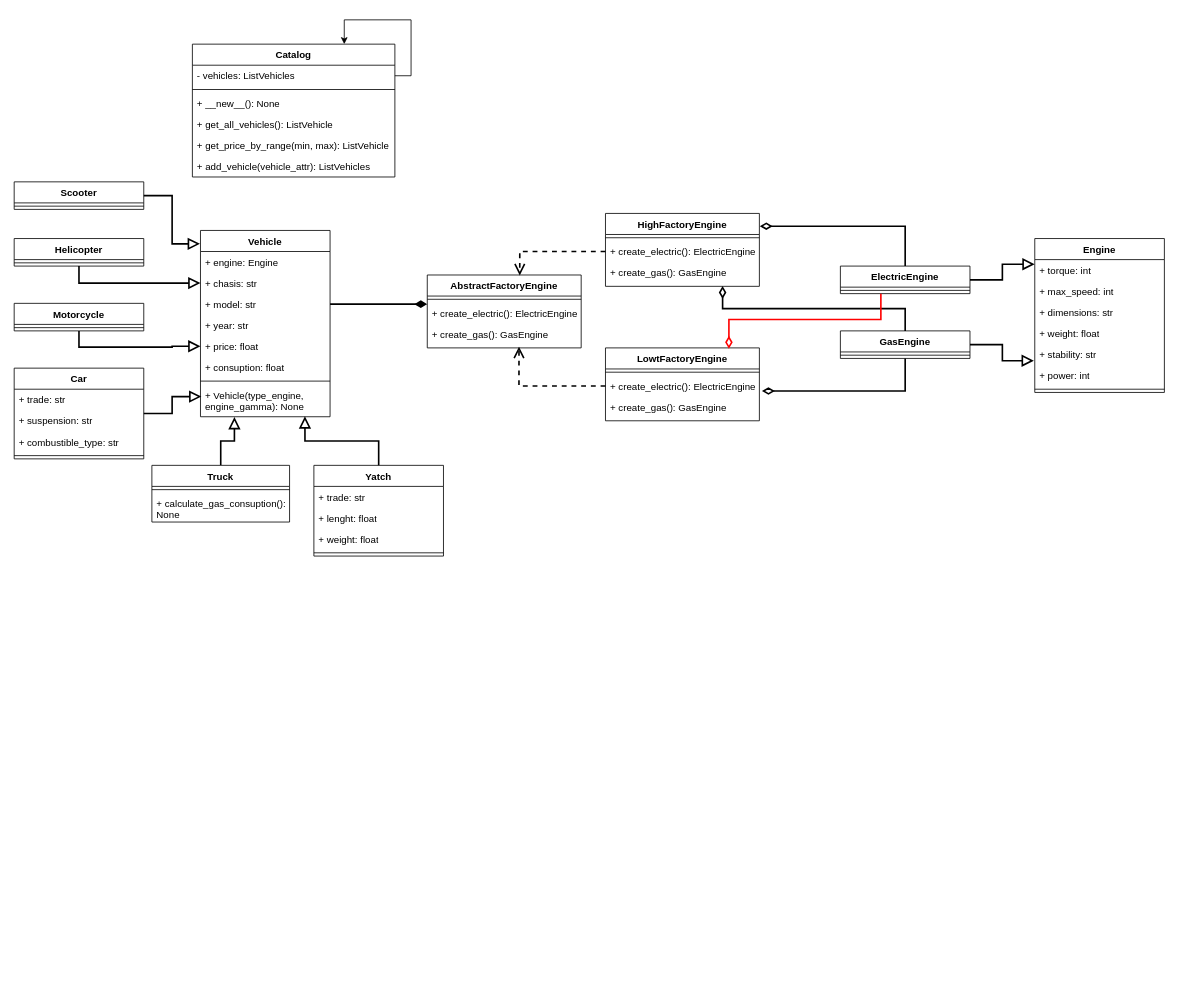
The draw.io diagram Software Design/Workshops/Workshop 3/SD_Workshop_3.drawio in YoshiK13/UD_Classes, before the edit. Source tidied: cells renumbered, new cells numbered last; positions are measured from the earlier drawing's top-left corner, leaving out a move shared by most shapes. Both pictures are drawn from the tidied source at 81%, with x=0, y=0 at pixel (14, 19).
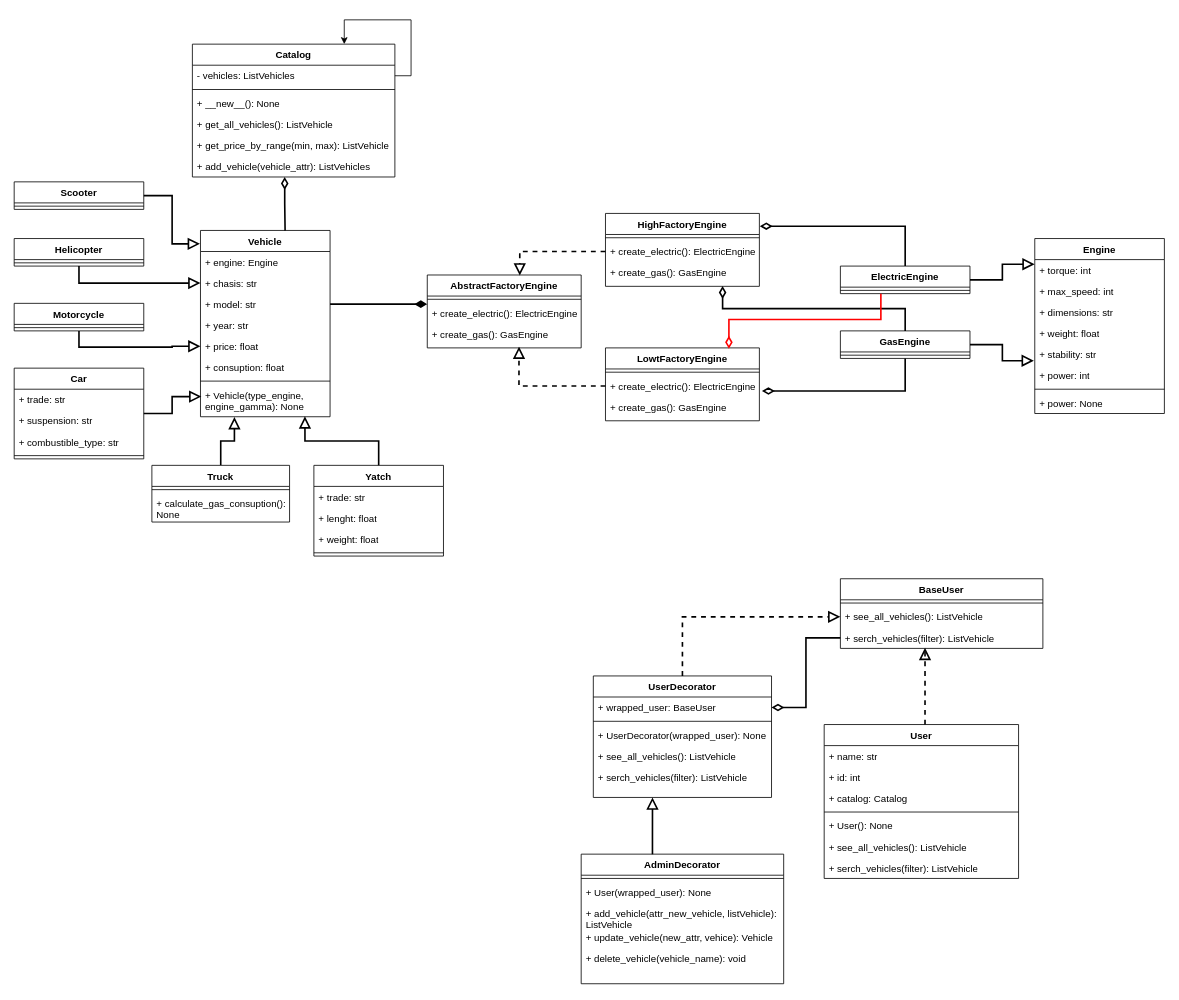
After the change.

The change refers to these unchanged cells:
```xml
<mxCell id="2" value="Vehicle" style="swimlane;fontStyle=1;align=center;verticalAlign=top;horizontal=1;startSize=26;whiteSpace=wrap;html=1;" parent="1" vertex="1">
  <mxGeometry x="230" y="260" width="160" height="230" as="geometry" />
</mxCell>
<mxCell id="48" value="AbstractFactoryEngine" style="swimlane;fontStyle=1;align=center;verticalAlign=top;horizontal=1;startSize=26;whiteSpace=wrap;html=1;" parent="1" vertex="1">
  <mxGeometry x="510" y="315" width="190" height="90" as="geometry" />
</mxCell>
<mxCell id="51" value="+ create_gas(): GasEngine" style="text;strokeColor=none;fillColor=none;align=left;verticalAlign=top;spacingLeft=4;spacingRight=4;overflow=hidden;points=[[0,0.5],[1,0.5]];portConstraint=eastwest;whiteSpace=wrap;html=1;" parent="48" vertex="1">
  <mxGeometry y="60" width="190" height="30" as="geometry" />
</mxCell>
<mxCell id="54" value="+ create_electric(): ElectricEngine" style="text;strokeColor=none;fillColor=none;align=left;verticalAlign=top;spacingLeft=4;spacingRight=4;overflow=hidden;points=[[0,0.5],[1,0.5]];portConstraint=eastwest;whiteSpace=wrap;html=1;" parent="52" vertex="1">
  <mxGeometry y="34" width="190" height="26" as="geometry" />
</mxCell>
<mxCell id="58" value="+ create_electric(): ElectricEngine" style="text;strokeColor=none;fillColor=none;align=left;verticalAlign=top;spacingLeft=4;spacingRight=4;overflow=hidden;points=[[0,0.5],[1,0.5]];portConstraint=eastwest;whiteSpace=wrap;html=1;" parent="56" vertex="1">
  <mxGeometry y="34" width="190" height="26" as="geometry" />
</mxCell>
<mxCell id="69" value="Catalog" style="swimlane;fontStyle=1;align=center;verticalAlign=top;horizontal=1;startSize=26;whiteSpace=wrap;html=1;" parent="1" vertex="1">
  <mxGeometry x="220" y="30" width="250" height="164" as="geometry" />
</mxCell>
```

What changed in the source:
```diff
@@
     <mxCell id="11" value="Engine" style="swimlane;fontStyle=1;align=center;verticalAlign=top;horizontal=1;startSize=26;whiteSpace=wrap;html=1;" parent="1" vertex="1">
-      <mxGeometry x="1260" y="270" width="160" height="190" as="geometry" />
+      <mxGeometry x="1260" y="270" width="160" height="216" as="geometry" />
     </mxCell>
@@
+    <mxCell id="77" value="+ power: None" style="text;strokeColor=none;fillColor=none;align=left;verticalAlign=top;spacingLeft=4;spacingRight=4;overflow=hidden;whiteSpace=wrap;html=1;" parent="11" vertex="1">
+      <mxGeometry y="190" width="160" height="26" as="geometry" />
+    </mxCell>
@@
-    <mxCell id="61" style="edgeStyle=orthogonalEdgeStyle;rounded=0;jettySize=auto;html=1;entryX=0.596;entryY=0.948;entryDx=0;entryDy=0;entryPerimeter=0;strokeWidth=2;endSize=10;endArrow=open;endFill=0;startArrow=none;startFill=0;dashed=1;startSize=10;" parent="1" edge="1" source="58" target="51">
+    <mxCell id="61" style="edgeStyle=orthogonalEdgeStyle;rounded=0;jettySize=auto;html=1;entryX=0.596;entryY=0.948;entryDx=0;entryDy=0;entryPerimeter=0;strokeWidth=2;endSize=10;endArrow=block;endFill=0;startArrow=none;startFill=0;dashed=1;startSize=10;" parent="1" edge="1" source="58" target="51">
       <mxGeometry relative="1" as="geometry">
         <Array as="points">
           <mxPoint x="623" y="452" />
         </Array>
       </mxGeometry>
     </mxCell>
-    <mxCell id="62" style="edgeStyle=orthogonalEdgeStyle;rounded=0;jettySize=auto;html=1;entryX=0.601;entryY=0.007;entryDx=0;entryDy=0;entryPerimeter=0;strokeWidth=2;endSize=10;endArrow=open;endFill=0;startArrow=none;startFill=0;dashed=1;startSize=10;" parent="1" edge="1" source="54" target="48">
+    <mxCell id="62" style="edgeStyle=orthogonalEdgeStyle;rounded=0;jettySize=auto;html=1;entryX=0.601;entryY=0.007;entryDx=0;entryDy=0;entryPerimeter=0;strokeWidth=2;endSize=10;endArrow=block;endFill=0;startArrow=none;startFill=0;dashed=1;startSize=10;" parent="1" edge="1" source="54" target="48">
       <mxGeometry relative="1" as="geometry" />
     </mxCell>
@@
+    <mxCell id="78" value="User" style="swimlane;fontStyle=1;align=center;verticalAlign=top;horizontal=1;startSize=26;whiteSpace=wrap;html=1;" parent="1" vertex="1">
+      <mxGeometry x="1000" y="870" width="240" height="190" as="geometry" />
+    </mxCell>
+    <mxCell id="79" value="+ name: str" style="text;strokeColor=none;fillColor=none;align=left;verticalAlign=top;spacingLeft=4;spacingRight=4;overflow=hidden;whiteSpace=wrap;html=1;" parent="78" vertex="1">
+      <mxGeometry y="26" width="240" height="26" as="geometry" />
+    </mxCell>
+    <mxCell id="80" value="+ id: int" style="text;strokeColor=none;fillColor=none;align=left;verticalAlign=top;spacingLeft=4;spacingRight=4;overflow=hidden;whiteSpace=wrap;html=1;" parent="78" vertex="1">
+      <mxGeometry y="52" width="240" height="26" as="geometry" />
+    </mxCell>
+    <mxCell id="81" value="+ catalog: Catalog" style="text;strokeColor=none;fillColor=none;align=left;verticalAlign=top;spacingLeft=4;spacingRight=4;overflow=hidden;whiteSpace=wrap;html=1;" parent="78" vertex="1">
+      <mxGeometry y="78" width="240" height="26" as="geometry" />
+    </mxCell>
+    <mxCell id="82" style="line;strokeWidth=1;fillColor=none;align=left;verticalAlign=middle;spacingTop=-1;spacingLeft=3;spacingRight=3;labelPosition=right;strokeColor=inherit;" parent="78" vertex="1">
+      <mxGeometry y="104" width="240" height="8" as="geometry" />
+    </mxCell>
+    <mxCell id="83" value="+ User(): None" style="text;strokeColor=none;fillColor=none;align=left;verticalAlign=top;spacingLeft=4;spacingRight=4;overflow=hidden;whiteSpace=wrap;html=1;" parent="78" vertex="1">
+      <mxGeometry y="112" width="240" height="26" as="geometry" />
+    </mxCell>
+    <mxCell id="84" value="+ see_all_vehicles(): ListVehicle" style="text;strokeColor=none;fillColor=none;align=left;verticalAlign=top;spacingLeft=4;spacingRight=4;overflow=hidden;whiteSpace=wrap;html=1;" parent="78" vertex="1">
+      <mxGeometry y="138" width="240" height="26" as="geometry" />
+    </mxCell>
+    <mxCell id="85" value="+ serch_vehicles(filter): ListVehicle" style="text;strokeColor=none;fillColor=none;align=left;verticalAlign=top;spacingLeft=4;spacingRight=4;overflow=hidden;whiteSpace=wrap;html=1;" parent="78" vertex="1">
+      <mxGeometry y="164" width="240" height="26" as="geometry" />
+    </mxCell>
+    <mxCell id="86" style="edgeStyle=orthogonalEdgeStyle;rounded=0;jettySize=auto;html=1;entryX=0;entryY=0.5;entryDx=0;entryDy=0;strokeWidth=2;endSize=10;startSize=10;dashed=1;endArrow=block;endFill=0;" parent="1" edge="1" source="87" target="101">
+      <mxGeometry relative="1" as="geometry" />
+    </mxCell>
+    <mxCell id="87" value="UserDecorator" style="swimlane;fontStyle=1;align=center;verticalAlign=top;horizontal=1;startSize=26;whiteSpace=wrap;html=1;" parent="1" vertex="1">
+      <mxGeometry x="715" y="810" width="220" height="150" as="geometry" />
+    </mxCell>
+    <mxCell id="88" value="+ wrapped_user: BaseUser" style="text;strokeColor=none;fillColor=none;align=left;verticalAlign=top;spacingLeft=4;spacingRight=4;overflow=hidden;points=[[0,0.5],[1,0.5]];portConstraint=eastwest;whiteSpace=wrap;html=1;" parent="87" vertex="1">
+      <mxGeometry y="26" width="220" height="26" as="geometry" />
+    </mxCell>
+    <mxCell id="89" style="line;strokeWidth=1;fillColor=none;align=left;verticalAlign=middle;spacingTop=-1;spacingLeft=3;spacingRight=3;labelPosition=right;strokeColor=inherit;" parent="87" vertex="1">
+      <mxGeometry y="52" width="220" height="8" as="geometry" />
+    </mxCell>
+    <mxCell id="90" value="+ UserDecorator(wrapped_user): None" style="text;strokeColor=none;fillColor=none;align=left;verticalAlign=top;spacingLeft=4;spacingRight=4;overflow=hidden;whiteSpace=wrap;html=1;" parent="87" vertex="1">
+      <mxGeometry y="60" width="220" height="26" as="geometry" />
+    </mxCell>
+    <mxCell id="91" value="+ see_all_vehicles(): ListVehicle" style="text;strokeColor=none;fillColor=none;align=left;verticalAlign=top;spacingLeft=4;spacingRight=4;overflow=hidden;whiteSpace=wrap;html=1;" parent="87" vertex="1">
+      <mxGeometry y="86" width="220" height="26" as="geometry" />
+    </mxCell>
+    <mxCell id="92" value="+ serch_vehicles(filter): ListVehicle" style="text;strokeColor=none;fillColor=none;align=left;verticalAlign=top;spacingLeft=4;spacingRight=4;overflow=hidden;points=[[0,0.5],[1,0.5]];portConstraint=eastwest;whiteSpace=wrap;html=1;" parent="87" vertex="1">
+      <mxGeometry y="112" width="220" height="38" as="geometry" />
+    </mxCell>
+    <mxCell id="93" value="AdminDecorator" style="swimlane;fontStyle=1;align=center;verticalAlign=top;horizontal=1;startSize=26;whiteSpace=wrap;html=1;" parent="1" vertex="1">
+      <mxGeometry x="700" y="1030" width="250" height="160" as="geometry" />
+    </mxCell>
+    <mxCell id="94" style="line;strokeWidth=1;fillColor=none;align=left;verticalAlign=middle;spacingTop=-1;spacingLeft=3;spacingRight=3;labelPosition=right;strokeColor=inherit;" parent="93" vertex="1">
+      <mxGeometry y="26" width="250" height="8" as="geometry" />
+    </mxCell>
+    <mxCell id="95" value="+ User(wrapped_user): None" style="text;strokeColor=none;fillColor=none;align=left;verticalAlign=top;spacingLeft=4;spacingRight=4;overflow=hidden;whiteSpace=wrap;html=1;" parent="93" vertex="1">
+      <mxGeometry y="34" width="250" height="26" as="geometry" />
+    </mxCell>
+    <mxCell id="96" value="+ add_vehicle(attr_new_vehicle, listVehicle): ListVehicle&amp;nbsp;&amp;nbsp;" style="text;strokeColor=none;fillColor=none;align=left;verticalAlign=top;spacingLeft=4;spacingRight=4;overflow=hidden;whiteSpace=wrap;html=1;" parent="93" vertex="1">
+      <mxGeometry y="60" width="250" height="30" as="geometry" />
+    </mxCell>
+    <mxCell id="97" value="+ update_vehicle(new_attr, vehice): Vehicle" style="text;strokeColor=none;fillColor=none;align=left;verticalAlign=top;spacingLeft=4;spacingRight=4;overflow=hidden;whiteSpace=wrap;html=1;" parent="93" vertex="1">
+      <mxGeometry y="90" width="250" height="26" as="geometry" />
+    </mxCell>
+    <mxCell id="98" value="+ delete_vehicle(vehicle_name): void" style="text;strokeColor=none;fillColor=none;align=left;verticalAlign=top;spacingLeft=4;spacingRight=4;overflow=hidden;whiteSpace=wrap;html=1;" parent="93" vertex="1">
+      <mxGeometry y="116" width="250" height="44" as="geometry" />
+    </mxCell>
+    <mxCell id="99" value="BaseUser" style="swimlane;fontStyle=1;align=center;verticalAlign=top;horizontal=1;startSize=26;whiteSpace=wrap;html=1;" parent="1" vertex="1">
+      <mxGeometry x="1020" y="690" width="250" height="86" as="geometry" />
+    </mxCell>
+    <mxCell id="100" style="line;strokeWidth=1;fillColor=none;align=left;verticalAlign=middle;spacingTop=-1;spacingLeft=3;spacingRight=3;labelPosition=right;strokeColor=inherit;" parent="99" vertex="1">
+      <mxGeometry y="26" width="250" height="8" as="geometry" />
+    </mxCell>
+    <mxCell id="101" value="+ see_all_vehicles(): ListVehicle" style="text;strokeColor=none;fillColor=none;align=left;verticalAlign=top;spacingLeft=4;spacingRight=4;overflow=hidden;points=[[0,0.5],[1,0.5]];portConstraint=eastwest;whiteSpace=wrap;html=1;" parent="99" vertex="1">
+      <mxGeometry y="34" width="250" height="26" as="geometry" />
+    </mxCell>
+    <mxCell id="102" value="+ serch_vehicles(filter): ListVehicle" style="text;strokeColor=none;fillColor=none;align=left;verticalAlign=top;spacingLeft=4;spacingRight=4;overflow=hidden;points=[[0,0.5],[1,0.5]];portConstraint=eastwest;whiteSpace=wrap;html=1;" parent="99" vertex="1">
+      <mxGeometry y="60" width="250" height="26" as="geometry" />
+    </mxCell>
+    <mxCell id="103" style="edgeStyle=orthogonalEdgeStyle;rounded=0;jettySize=auto;html=1;entryX=0;entryY=0.5;entryDx=0;entryDy=0;strokeWidth=2;endSize=10;startSize=10;endArrow=none;endFill=0;startArrow=diamondThin;startFill=0;" parent="1" edge="1" source="88" target="102">
+      <mxGeometry relative="1" as="geometry" />
+    </mxCell>
+    <mxCell id="104" style="edgeStyle=orthogonalEdgeStyle;rounded=0;jettySize=auto;html=1;entryX=0.418;entryY=0.973;entryDx=0;entryDy=0;entryPerimeter=0;strokeWidth=2;endSize=10;startSize=10;endArrow=block;endFill=0;dashed=1;" parent="1" edge="1" source="78" target="102">
+      <mxGeometry relative="1" as="geometry">
+        <Array as="points">
+          <mxPoint x="1125" y="777" />
+        </Array>
+      </mxGeometry>
+    </mxCell>
+    <mxCell id="105" style="edgeStyle=orthogonalEdgeStyle;rounded=0;jettySize=auto;html=1;entryX=0.332;entryY=1;entryDx=0;entryDy=0;entryPerimeter=0;strokeWidth=2;endSize=10;startSize=10;endArrow=block;endFill=0;" parent="1" edge="1" source="93" target="92">
+      <mxGeometry relative="1" as="geometry">
+        <Array as="points">
+          <mxPoint x="788" y="1010" />
+          <mxPoint x="788" y="1010" />
+        </Array>
+      </mxGeometry>
+    </mxCell>
+    <mxCell id="106" style="edgeStyle=orthogonalEdgeStyle;rounded=0;jettySize=auto;html=1;entryX=0.653;entryY=0.001;entryDx=0;entryDy=0;entryPerimeter=0;strokeWidth=2;endSize=10;startSize=10;endArrow=none;endFill=0;startArrow=diamondThin;startFill=0;" parent="1" edge="1" source="69" target="2">
+      <mxGeometry relative="1" as="geometry">
+        <Array as="points">
+          <mxPoint x="334" y="227" />
+          <mxPoint x="335" y="227" />
+        </Array>
+      </mxGeometry>
+    </mxCell>
```
